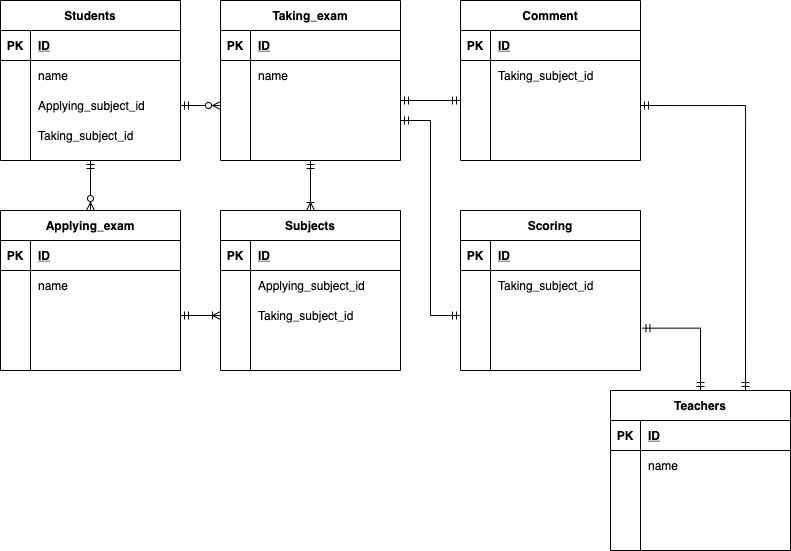
This is index.drawio.png from ryuuho01/database_test, a draw.io export, as it was before one commit. Source tidied: cells renumbered, new cells last; positions are measured from the earlier drawing's top-left corner, leaving out a move shared by most shapes.
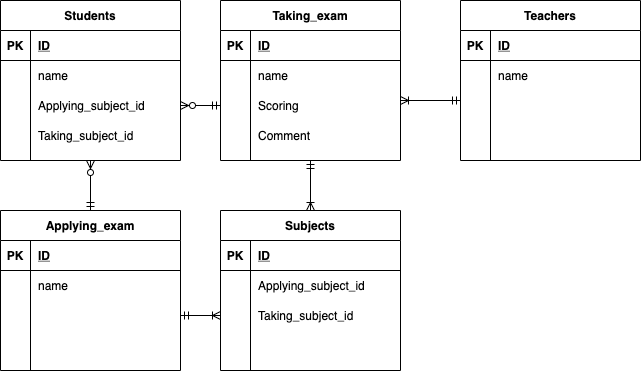
The same diagram one commit later.

Commit message:
演習提出２回目

Diff of the diagram source:
```diff
@@ -29,7 +29,7 @@
     <mxCell id="10" style="shape=partialRectangle;fillColor=none;top=0;left=0;bottom=0;right=0;overflow=hidden;" parent="9" vertex="1">
       <mxGeometry width="30" height="30" as="geometry" />
     </mxCell>
-    <mxCell id="11" value="Applying_subject_id" style="shape=partialRectangle;fillColor=none;top=0;left=0;bottom=0;right=0;align=left;spacingLeft=6;overflow=hidden;" parent="9" vertex="1">
+    <mxCell id="11" style="shape=partialRectangle;fillColor=none;top=0;left=0;bottom=0;right=0;align=left;spacingLeft=6;overflow=hidden;" parent="9" vertex="1">
       <mxGeometry x="30" width="150" height="30" as="geometry" />
     </mxCell>
     <mxCell id="12" style="shape=partialRectangle;fillColor=none;top=0;left=0;bottom=0;right=0;" parent="2" vertex="1">
@@ -38,7 +38,7 @@
     <mxCell id="13" style="shape=partialRectangle;fillColor=none;top=0;left=0;bottom=0;right=0;overflow=hidden;" parent="12" vertex="1">
       <mxGeometry width="30" height="30" as="geometry" />
     </mxCell>
-    <mxCell id="14" value="Taking_subject_id" style="shape=partialRectangle;fillColor=none;top=0;left=0;bottom=0;right=0;align=left;spacingLeft=6;overflow=hidden;" parent="12" vertex="1">
+    <mxCell id="14" style="shape=partialRectangle;fillColor=none;top=0;left=0;bottom=0;right=0;align=left;spacingLeft=6;overflow=hidden;" parent="12" vertex="1">
       <mxGeometry x="30" width="150" height="30" as="geometry" />
     </mxCell>
     <mxCell id="15" style="edgeStyle=orthogonalEdgeStyle;rounded=0;jettySize=auto;html=1;entryX=1;entryY=0.5;entryDx=0;entryDy=0;startArrow=ERoneToMany;startFill=0;endArrow=ERmandOne;endFill=0;exitX=0;exitY=0.5;exitDx=0;exitDy=0;" parent="1" edge="1" source="24" target="76">
@@ -77,14 +77,8 @@
     <mxCell id="26" value="Taking_subject_id" style="shape=partialRectangle;fillColor=none;top=0;left=0;bottom=0;right=0;align=left;spacingLeft=6;overflow=hidden;" parent="24" vertex="1">
       <mxGeometry x="30" width="150" height="30" as="geometry" />
     </mxCell>
-    <mxCell id="27" style="edgeStyle=orthogonalEdgeStyle;rounded=0;jettySize=auto;html=1;entryX=1.008;entryY=-0.078;entryDx=0;entryDy=0;entryPerimeter=0;startArrow=ERmandOne;startFill=0;endArrow=ERmandOne;endFill=0;" parent="1" edge="1" source="29" target="65">
-      <mxGeometry relative="1" as="geometry" />
-    </mxCell>
-    <mxCell id="28" style="edgeStyle=orthogonalEdgeStyle;rounded=0;jettySize=auto;html=1;exitX=0.75;exitY=0;exitDx=0;exitDy=0;entryX=1;entryY=0.5;entryDx=0;entryDy=0;startArrow=ERmandOne;startFill=0;endArrow=ERmandOne;endFill=0;" parent="1" edge="1" source="29" target="49">
-      <mxGeometry relative="1" as="geometry" />
-    </mxCell>
     <mxCell id="29" value="Teachers" style="shape=table;startSize=30;rowLines=0;fontStyle=1;align=center;" parent="1" vertex="1">
-      <mxGeometry x="610" y="390" width="180" height="160" as="geometry" />
+      <mxGeometry x="460" width="180" height="160" as="geometry" />
     </mxCell>
     <mxCell id="30" style="shape=partialRectangle;fillColor=none;top=0;left=0;bottom=1;right=0;" parent="29" vertex="1">
       <mxGeometry y="30" width="180" height="30" as="geometry" />
@@ -114,93 +108,15 @@
       <mxGeometry x="30" width="150" height="30" as="geometry" />
     </mxCell>
     <mxCell id="39" style="shape=partialRectangle;fillColor=none;top=0;left=0;bottom=0;right=0;" parent="29" vertex="1">
-      <mxGeometry y="120" width="180" height="30" as="geometry" />
+      <mxGeometry y="120" width="180" height="20" as="geometry" />
     </mxCell>
     <mxCell id="40" style="shape=partialRectangle;fillColor=none;top=0;left=0;bottom=0;right=0;overflow=hidden;" parent="39" vertex="1">
-      <mxGeometry width="30" height="30" as="geometry" />
+      <mxGeometry width="30" height="20" as="geometry" />
     </mxCell>
     <mxCell id="41" style="shape=partialRectangle;fillColor=none;top=0;left=0;bottom=0;right=0;align=left;spacingLeft=6;overflow=hidden;" parent="39" vertex="1">
-      <mxGeometry x="30" width="150" height="30" as="geometry" />
+      <mxGeometry x="30" width="150" height="20" as="geometry" />
     </mxCell>
-    <mxCell id="42" value="Comment" style="shape=table;startSize=30;rowLines=0;fontStyle=1;align=center;" parent="1" vertex="1">
-      <mxGeometry x="460" width="180" height="160" as="geometry" />
-    </mxCell>
-    <mxCell id="43" style="shape=partialRectangle;fillColor=none;top=0;left=0;bottom=1;right=0;" parent="42" vertex="1">
-      <mxGeometry y="30" width="180" height="30" as="geometry" />
-    </mxCell>
-    <mxCell id="44" value="PK" style="shape=partialRectangle;fillColor=none;top=0;left=0;bottom=0;right=0;fontStyle=1;overflow=hidden;" parent="43" vertex="1">
-      <mxGeometry width="30" height="30" as="geometry" />
-    </mxCell>
-    <mxCell id="45" value="ID" style="shape=partialRectangle;fillColor=none;top=0;left=0;bottom=0;right=0;align=left;spacingLeft=6;fontStyle=5;overflow=hidden;" parent="43" vertex="1">
-      <mxGeometry x="30" width="150" height="30" as="geometry" />
-    </mxCell>
-    <mxCell id="46" style="shape=partialRectangle;fillColor=none;top=0;left=0;bottom=0;right=0;" parent="42" vertex="1">
-      <mxGeometry y="60" width="180" height="30" as="geometry" />
-    </mxCell>
-    <mxCell id="47" style="shape=partialRectangle;fillColor=none;top=0;left=0;bottom=0;right=0;overflow=hidden;" parent="46" vertex="1">
-      <mxGeometry width="30" height="30" as="geometry" />
-    </mxCell>
-    <mxCell id="48" value="Taking_subject_id" style="shape=partialRectangle;fillColor=none;top=0;left=0;bottom=0;right=0;align=left;spacingLeft=6;overflow=hidden;" parent="46" vertex="1">
-      <mxGeometry x="30" width="150" height="30" as="geometry" />
-    </mxCell>
-    <mxCell id="49" style="shape=partialRectangle;fillColor=none;top=0;left=0;bottom=0;right=0;points=[[0,0.5],[1,0.5]];portConstraint=eastwest;" parent="42" vertex="1">
-      <mxGeometry y="90" width="180" height="30" as="geometry" />
-    </mxCell>
-    <mxCell id="50" style="shape=partialRectangle;fillColor=none;top=0;left=0;bottom=0;right=0;overflow=hidden;" parent="49" vertex="1">
-      <mxGeometry width="30" height="30" as="geometry" />
-    </mxCell>
-    <mxCell id="51" style="shape=partialRectangle;fillColor=none;top=0;left=0;bottom=0;right=0;align=left;spacingLeft=6;overflow=hidden;" parent="49" vertex="1">
-      <mxGeometry x="30" width="150" height="30" as="geometry" />
-    </mxCell>
-    <mxCell id="52" style="shape=partialRectangle;fillColor=none;top=0;left=0;bottom=0;right=0;" parent="42" vertex="1">
-      <mxGeometry y="120" width="180" height="30" as="geometry" />
-    </mxCell>
-    <mxCell id="53" style="shape=partialRectangle;fillColor=none;top=0;left=0;bottom=0;right=0;overflow=hidden;" parent="52" vertex="1">
-      <mxGeometry width="30" height="30" as="geometry" />
-    </mxCell>
-    <mxCell id="54" style="shape=partialRectangle;fillColor=none;top=0;left=0;bottom=0;right=0;align=left;spacingLeft=6;overflow=hidden;" parent="52" vertex="1">
-      <mxGeometry x="30" width="150" height="30" as="geometry" />
-    </mxCell>
-    <mxCell id="55" value="Scoring" style="shape=table;startSize=30;rowLines=0;fontStyle=1;align=center;" parent="1" vertex="1">
-      <mxGeometry x="460" y="210" width="180" height="160" as="geometry" />
-    </mxCell>
-    <mxCell id="56" style="shape=partialRectangle;fillColor=none;top=0;left=0;bottom=1;right=0;" parent="55" vertex="1">
-      <mxGeometry y="30" width="180" height="30" as="geometry" />
-    </mxCell>
-    <mxCell id="57" value="PK" style="shape=partialRectangle;fillColor=none;top=0;left=0;bottom=0;right=0;fontStyle=1;overflow=hidden;" parent="56" vertex="1">
-      <mxGeometry width="30" height="30" as="geometry" />
-    </mxCell>
-    <mxCell id="58" value="ID" style="shape=partialRectangle;fillColor=none;top=0;left=0;bottom=0;right=0;align=left;spacingLeft=6;fontStyle=5;overflow=hidden;" parent="56" vertex="1">
-      <mxGeometry x="30" width="150" height="30" as="geometry" />
-    </mxCell>
-    <mxCell id="59" style="shape=partialRectangle;fillColor=none;top=0;left=0;bottom=0;right=0;" parent="55" vertex="1">
-      <mxGeometry y="60" width="180" height="30" as="geometry" />
-    </mxCell>
-    <mxCell id="60" style="shape=partialRectangle;fillColor=none;top=0;left=0;bottom=0;right=0;overflow=hidden;" parent="59" vertex="1">
-      <mxGeometry width="30" height="30" as="geometry" />
-    </mxCell>
-    <mxCell id="61" value="Taking_subject_id" style="shape=partialRectangle;fillColor=none;top=0;left=0;bottom=0;right=0;align=left;spacingLeft=6;overflow=hidden;" parent="59" vertex="1">
-      <mxGeometry x="30" width="150" height="30" as="geometry" />
-    </mxCell>
-    <mxCell id="62" style="shape=partialRectangle;fillColor=none;top=0;left=0;bottom=0;right=0;points=[[0,0.5],[1,0.5]];portConstraint=eastwest;" parent="55" vertex="1">
-      <mxGeometry y="90" width="180" height="30" as="geometry" />
-    </mxCell>
-    <mxCell id="63" style="shape=partialRectangle;fillColor=none;top=0;left=0;bottom=0;right=0;overflow=hidden;" parent="62" vertex="1">
-      <mxGeometry width="30" height="30" as="geometry" />
-    </mxCell>
-    <mxCell id="64" style="shape=partialRectangle;fillColor=none;top=0;left=0;bottom=0;right=0;align=left;spacingLeft=6;overflow=hidden;" parent="62" vertex="1">
-      <mxGeometry x="30" width="150" height="30" as="geometry" />
-    </mxCell>
-    <mxCell id="65" style="shape=partialRectangle;fillColor=none;top=0;left=0;bottom=0;right=0;points=[[0,0.5],[1,0.5]];portConstraint=eastwest;" parent="55" vertex="1">
-      <mxGeometry y="120" width="180" height="30" as="geometry" />
-    </mxCell>
-    <mxCell id="66" style="shape=partialRectangle;fillColor=none;top=0;left=0;bottom=0;right=0;overflow=hidden;" parent="65" vertex="1">
-      <mxGeometry width="30" height="30" as="geometry" />
-    </mxCell>
-    <mxCell id="67" style="shape=partialRectangle;fillColor=none;top=0;left=0;bottom=0;right=0;align=left;spacingLeft=6;overflow=hidden;" parent="65" vertex="1">
-      <mxGeometry x="30" width="150" height="30" as="geometry" />
-    </mxCell>
-    <mxCell id="68" style="edgeStyle=orthogonalEdgeStyle;rounded=0;jettySize=auto;html=1;entryX=0.5;entryY=1;entryDx=0;entryDy=0;endArrow=ERmandOne;endFill=0;startArrow=ERzeroToMany;startFill=1;" parent="1" edge="1" source="69" target="2">
+    <mxCell id="68" style="edgeStyle=orthogonalEdgeStyle;rounded=0;jettySize=auto;html=1;entryX=0.5;entryY=1;entryDx=0;entryDy=0;endArrow=ERzeroToMany;endFill=1;startArrow=ERmandOne;startFill=0;" parent="1" edge="1" source="69" target="2">
       <mxGeometry relative="1" as="geometry" />
     </mxCell>
     <mxCell id="69" value="Applying_exam" style="shape=table;startSize=30;rowLines=0;fontStyle=1;align=center;" parent="1" vertex="1">
@@ -242,7 +158,7 @@
     <mxCell id="81" style="shape=partialRectangle;fillColor=none;top=0;left=0;bottom=0;right=0;align=left;spacingLeft=6;overflow=hidden;" parent="79" vertex="1">
       <mxGeometry x="30" width="150" height="30" as="geometry" />
     </mxCell>
-    <mxCell id="82" style="edgeStyle=orthogonalEdgeStyle;rounded=0;orthogonalLoop=1;jettySize=auto;html=1;startArrow=ERmandOne;startFill=0;endArrow=ERmandOne;endFill=0;" parent="1" edge="1">
+    <mxCell id="82" style="edgeStyle=orthogonalEdgeStyle;rounded=0;orthogonalLoop=1;jettySize=auto;html=1;startArrow=ERoneToMany;startFill=0;endArrow=ERmandOne;endFill=0;" parent="1" edge="1">
       <mxGeometry relative="1" as="geometry">
         <mxPoint x="400" y="100" as="sourcePoint" />
         <mxPoint x="460" y="100" as="targetPoint" />
@@ -269,13 +185,44 @@
     <mxCell id="89" value="name" style="shape=partialRectangle;fillColor=none;top=0;left=0;bottom=0;right=0;align=left;spacingLeft=6;overflow=hidden;" parent="87" vertex="1">
       <mxGeometry x="30" width="150" height="30" as="geometry" />
     </mxCell>
-    <mxCell id="90" style="edgeStyle=orthogonalEdgeStyle;rounded=0;jettySize=auto;html=1;exitX=1;exitY=0.5;exitDx=0;exitDy=0;startArrow=ERmandOne;startFill=0;endArrow=ERzeroToMany;endFill=1;" parent="1" edge="1" source="9">
-      <mxGeometry relative="1" as="geometry">
-        <mxPoint x="220" y="105" as="targetPoint" />
-      </mxGeometry>
+    <mxCell id="90" style="edgeStyle=orthogonalEdgeStyle;rounded=0;jettySize=auto;html=1;startArrow=ERmandOne;startFill=0;endArrow=ERzeroToMany;endFill=1;exitX=0;exitY=0.5;exitDx=0;exitDy=0;" parent="1" edge="1" source="92" target="9">
+      <mxGeometry relative="1" as="geometry" />
     </mxCell>
-    <mxCell id="91" style="edgeStyle=orthogonalEdgeStyle;rounded=0;jettySize=auto;html=1;entryX=1;entryY=0.75;entryDx=0;entryDy=0;startArrow=ERmandOne;startFill=0;endArrow=ERmandOne;endFill=0;" parent="1" edge="1" source="62" target="83">
-      <mxGeometry relative="1" as="geometry" />
-    </mxCell>
+    <mxCell id="92" style="shape=partialRectangle;fillColor=none;top=0;left=0;bottom=0;right=0;points=[[0,0.5],[1,0.5]];portConstraint=eastwest;" parent="1" vertex="1">
+      <mxGeometry x="220" y="90" width="180" height="30" as="geometry" />
+    </mxCell>
+    <mxCell id="93" style="shape=partialRectangle;fillColor=none;top=0;left=0;bottom=0;right=0;overflow=hidden;" parent="92" vertex="1">
+      <mxGeometry width="30" height="30" as="geometry" />
+    </mxCell>
+    <mxCell id="55" value="Scoring" style="shape=partialRectangle;fillColor=none;top=0;left=0;bottom=0;right=0;align=left;spacingLeft=6;overflow=hidden;" parent="92" vertex="1">
+      <mxGeometry x="30" width="150" height="30" as="geometry" />
+    </mxCell>
+    <mxCell id="94" style="shape=partialRectangle;fillColor=none;top=0;left=0;bottom=0;right=0;" parent="1" vertex="1">
+      <mxGeometry x="220" y="120" width="180" height="30" as="geometry" />
+    </mxCell>
+    <mxCell id="95" style="shape=partialRectangle;fillColor=none;top=0;left=0;bottom=0;right=0;overflow=hidden;" parent="94" vertex="1">
+      <mxGeometry width="30" height="30" as="geometry" />
+    </mxCell>
+    <mxCell id="42" value="Comment" style="shape=partialRectangle;fillColor=none;top=0;left=0;bottom=0;right=0;align=left;spacingLeft=6;overflow=hidden;" parent="94" vertex="1">
+      <mxGeometry x="30" width="150" height="30" as="geometry" />
+    </mxCell>
+    <mxCell id="96" style="shape=partialRectangle;fillColor=none;top=0;left=0;bottom=0;right=0;" parent="1" vertex="1">
+      <mxGeometry y="90" width="180" height="30" as="geometry" />
+    </mxCell>
+    <mxCell id="97" style="shape=partialRectangle;fillColor=none;top=0;left=0;bottom=0;right=0;overflow=hidden;" parent="96" vertex="1">
+      <mxGeometry width="30" height="30" as="geometry" />
+    </mxCell>
+    <mxCell id="98" value="Applying_subject_id" style="shape=partialRectangle;fillColor=none;top=0;left=0;bottom=0;right=0;align=left;spacingLeft=6;overflow=hidden;" parent="96" vertex="1">
+      <mxGeometry x="30" width="150" height="30" as="geometry" />
+    </mxCell>
+    <mxCell id="99" style="shape=partialRectangle;fillColor=none;top=0;left=0;bottom=0;right=0;" parent="1" vertex="1">
+      <mxGeometry y="120" width="180" height="30" as="geometry" />
+    </mxCell>
+    <mxCell id="100" style="shape=partialRectangle;fillColor=none;top=0;left=0;bottom=0;right=0;overflow=hidden;" parent="99" vertex="1">
+      <mxGeometry width="30" height="30" as="geometry" />
+    </mxCell>
+    <mxCell id="101" value="Taking_subject_id" style="shape=partialRectangle;fillColor=none;top=0;left=0;bottom=0;right=0;align=left;spacingLeft=6;overflow=hidden;" parent="99" vertex="1">
+      <mxGeometry x="30" width="150" height="30" as="geometry" />
+    </mxCell>
   </root>
 </mxGraphModel>
```
